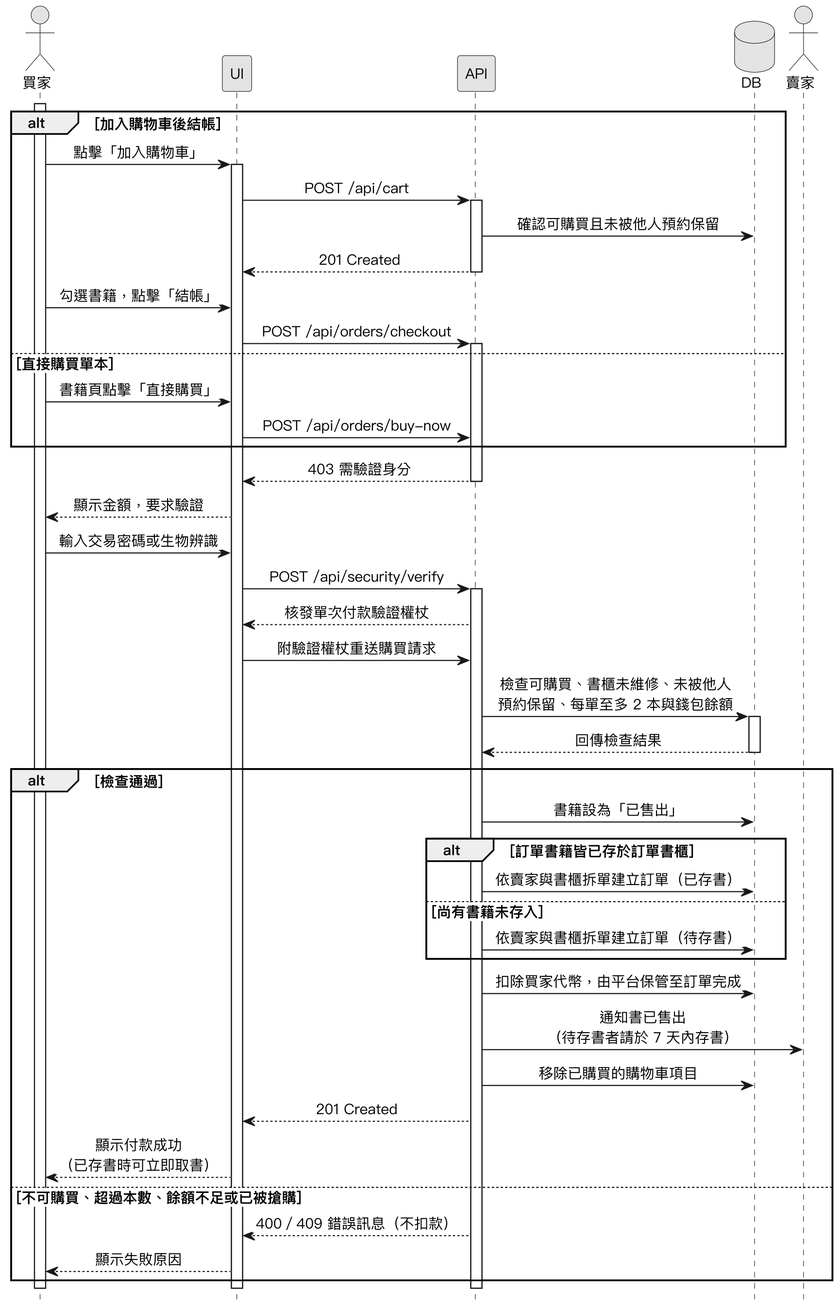
Before: Diagrams/Sequence Diagrams/v3/seq_checkout.png, a diagram exported from PlantUML (SaveMyBook/SaveMyBook).
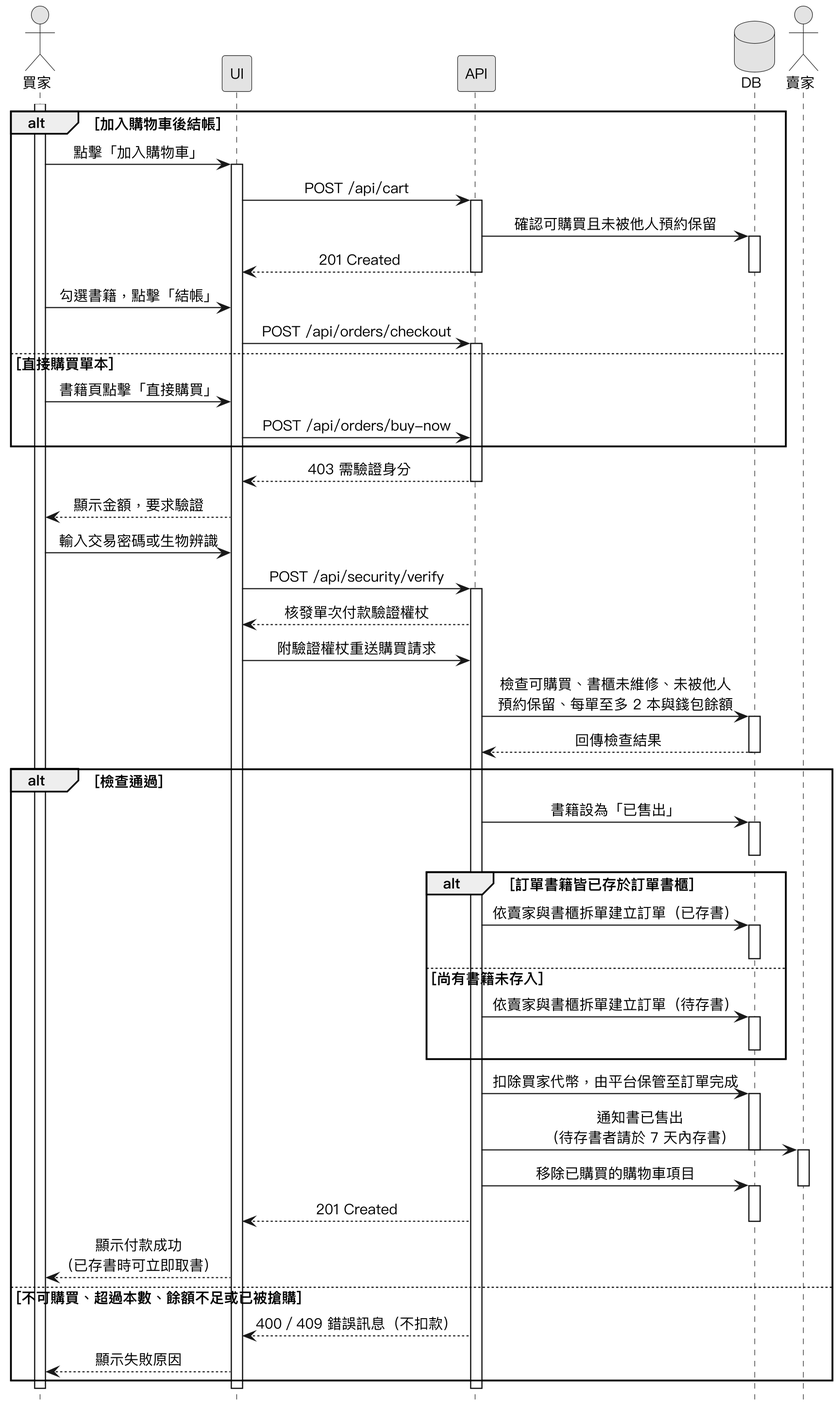
After the commit.

Change to the diagram source:
```diff
@@ -21,7 +21,9 @@
   UI -> API : POST /api/cart
   activate API
   API -> DB : 確認可購買且未被他人預約保留
+  activate DB
   API --> UI : 201 Created
+  deactivate DB
   deactivate API
   買家 -> UI : 勾選書籍，點擊「結帳」
   UI -> API : POST /api/orders/checkout
@@ -44,16 +46,25 @@
 deactivate DB
 
 alt 檢查通過
-  API -> DB : 書籍設為「已售出」
+  API -> DB ++ : 書籍設為「已售出」
+  deactivate DB
   alt 訂單書籍皆已存於訂單書櫃
-    API -> DB : 依賣家與書櫃拆單建立訂單（已存書）
+    API -> DB ++ : 依賣家與書櫃拆單建立訂單（已存書）
+    deactivate DB
   else 尚有書籍未存入
-    API -> DB : 依賣家與書櫃拆單建立訂單（待存書）
+    API -> DB ++ : 依賣家與書櫃拆單建立訂單（待存書）
+    deactivate DB
   end
   API -> DB : 扣除買家代幣，由平台保管至訂單完成
+  activate DB
   API -> 賣家 : 通知書已售出\n（待存書者請於 7 天內存書）
+  deactivate DB
+  activate 賣家
   API -> DB : 移除已購買的購物車項目
+  deactivate 賣家
+  activate DB
   API --> UI : 201 Created
+  deactivate DB
   UI --> 買家 : 顯示付款成功\n（已存書時可立即取書）
 else 不可購買、超過本數、餘額不足或已被搶購
   API --> UI : 400／409 錯誤訊息（不扣款）
```
